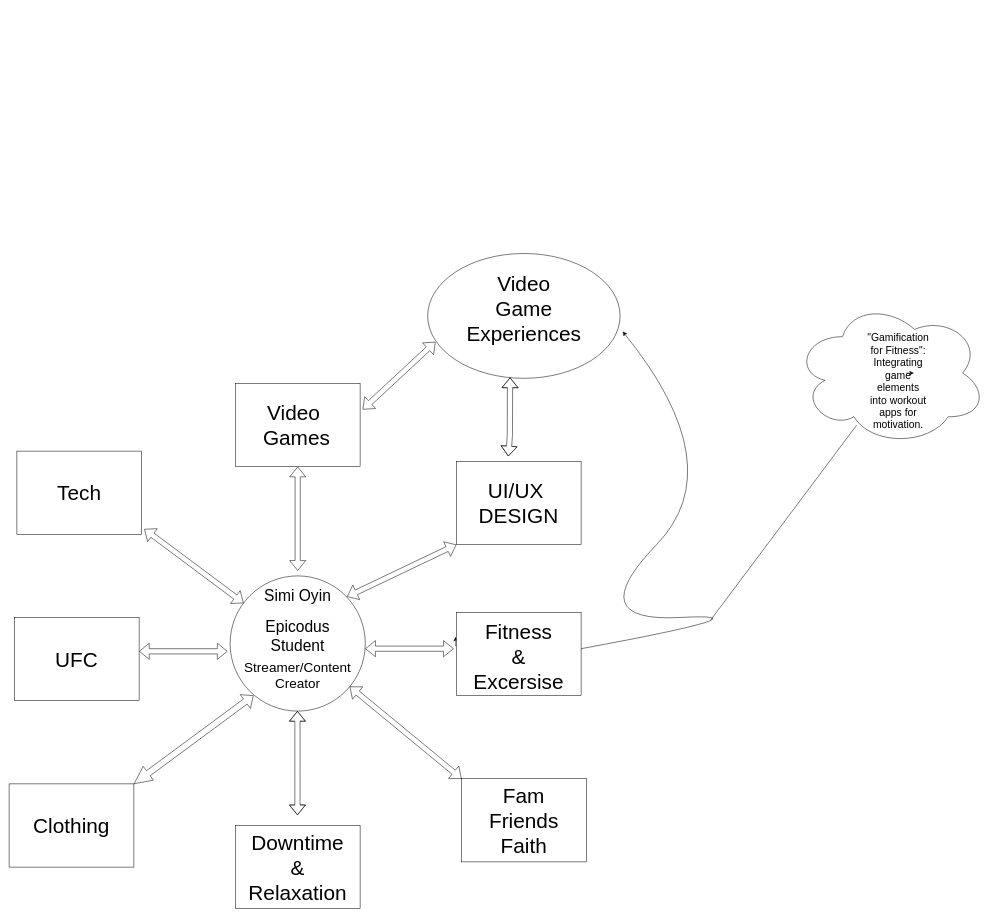
simioyin222/CapstoneProjectIdeaBoard keeps this draw.io diagram as Untitled Diagram.drawio. Above is the earlier version. Source tidied: cells renumbered, new cells numbered last; positions are measured from the earlier drawing's top-left corner, leaving out a move shared by most shapes. Both pictures are drawn from the tidied source at 52%, with x=0, y=0 at pixel (9, 253).
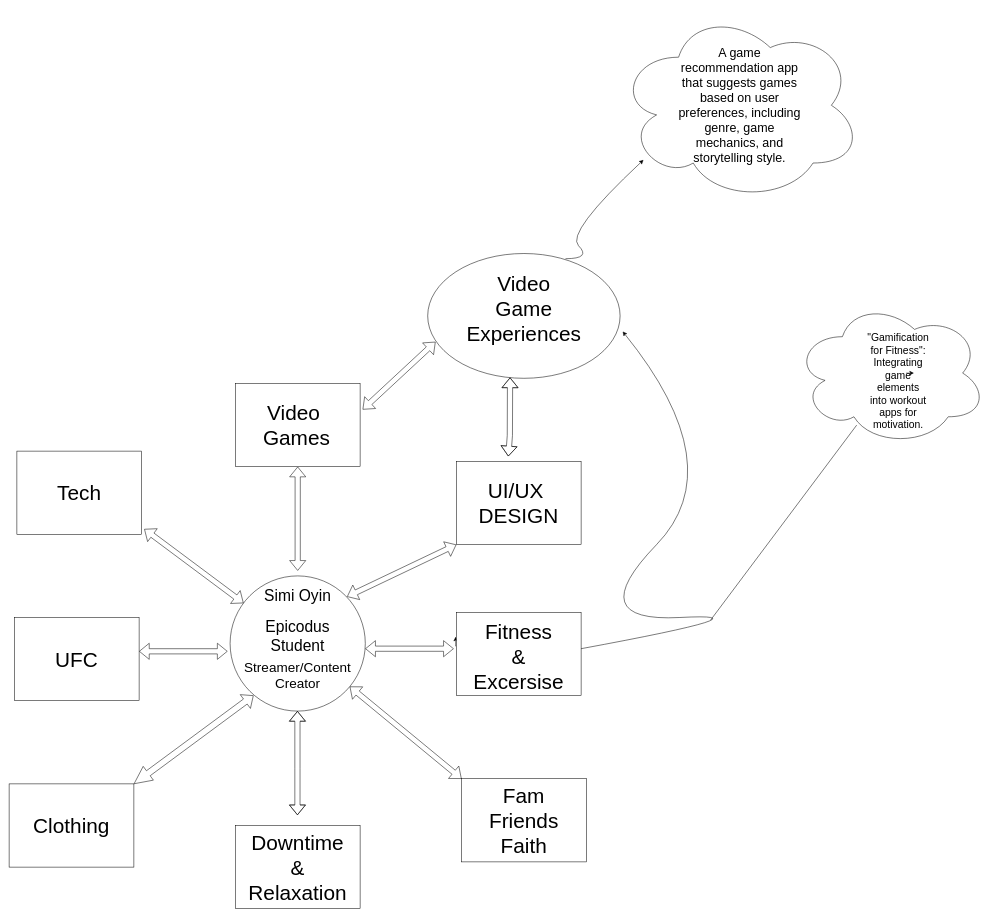
The same page after the edit.

Commit message:
add another game experince

Change to the diagram source:
```diff
@@
+    <mxCell id="40" style="curved=1;endArrow=classic;html=1;rounded=0;" parent="1" edge="1">
+      <mxGeometry relative="1" as="geometry">
+        <mxPoint x="1070" y="10" as="sourcePoint" />
+        <mxPoint x="1220" y="-180" as="targetPoint" />
+        <Array as="points">
+          <mxPoint x="1120" y="10" />
+          <mxPoint x="1070" y="-40" />
+        </Array>
+      </mxGeometry>
+    </mxCell>
+    <mxCell id="41" style="ellipse;shape=cloud;whiteSpace=wrap;html=1;" parent="1" vertex="1">
+      <mxGeometry x="1170" y="-470" width="470" height="370" as="geometry" />
+    </mxCell>
+    <mxCell id="42" value="&lt;font style=&quot;font-size: 24px;&quot;&gt;A game recommendation app that suggests games based on user preferences, including genre, game mechanics, and storytelling style.&lt;/font&gt;" style="text;html=1;strokeColor=none;fillColor=none;align=center;verticalAlign=middle;whiteSpace=wrap;rounded=0;" parent="1" vertex="1">
+      <mxGeometry x="1280" y="-345" width="250" height="120" as="geometry" />
+    </mxCell>
```
